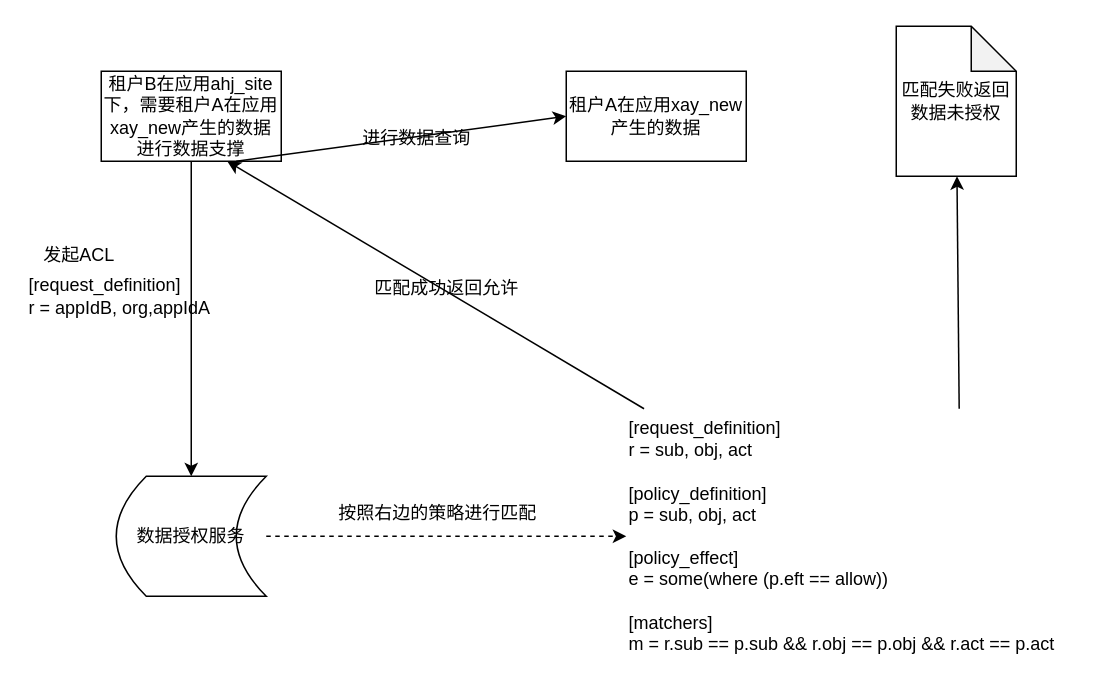
Before: 服务授权方案.drawio in Rain-ziyu/img, a draw.io diagram. Source tidied: cells renumbered, new cells numbered last; positions are measured from the earlier drawing's top-left corner, leaving out a move shared by most shapes. Both pictures are drawn from the tidied source at 150%, with x=0, y=0 at pixel (26, 26).
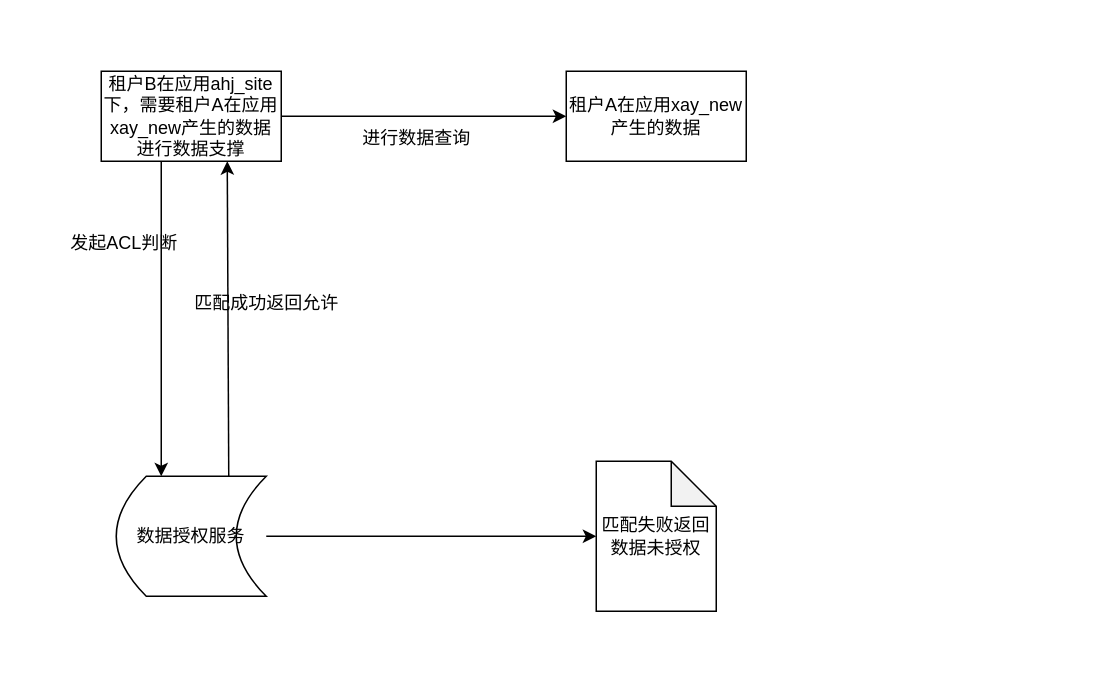
Above is the later version.

Commit message (it also covers changes not shown here):
更新服务授权方案.drawio

The edit, as a diff of the source:
```diff
@@
 <mxGraphModel>
   <root>
     <mxCell id="0" />
     <mxCell id="1" parent="0" />
     <mxCell id="2" value="租户A在应用xay_new产生的数据" style="rounded=0;whiteSpace=wrap;html=1;" parent="1" vertex="1">
       <mxGeometry x="360" y="30" width="120" height="60" as="geometry" />
     </mxCell>
     <mxCell id="3" value="租户B在应用ahj_site下，需要租户A在应用xay_new产生的数据进行数据支撑" style="rounded=0;whiteSpace=wrap;html=1;" parent="1" vertex="1">
       <mxGeometry x="50" y="30" width="120" height="60" as="geometry" />
     </mxCell>
     <mxCell id="4" value="数据授权服务" style="shape=dataStorage;whiteSpace=wrap;html=1;fixedSize=1;" parent="1" vertex="1">
       <mxGeometry x="60" y="300" width="100" height="80" as="geometry" />
     </mxCell>
-    <mxCell id="5" style="endArrow=classic;html=1;rounded=0;exitX=0.5;exitY=1;exitDx=0;exitDy=0;" parent="1" edge="1" source="3" target="4">
-      <mxGeometry relative="1" as="geometry" />
+    <mxCell id="5" style="endArrow=classic;html=1;rounded=0;exitX=0.5;exitY=1;exitDx=0;exitDy=0;" parent="1" edge="1">
+      <mxGeometry relative="1" as="geometry">
+        <mxPoint x="90" y="90" as="sourcePoint" />
+        <mxPoint x="90" y="300" as="targetPoint" />
+      </mxGeometry>
     </mxCell>
-    <mxCell id="6" value="发起ACL" style="text;html=1;align=center;verticalAlign=middle;strokeColor=none;fillColor=none;" parent="1" vertex="1">
-      <mxGeometry y="138" width="70" height="30" as="geometry" />
+    <mxCell id="6" value="发起ACL判断" style="text;html=1;align=center;verticalAlign=middle;strokeColor=none;fillColor=none;" parent="1" vertex="1">
+      <mxGeometry x="20" y="130" width="90" height="30" as="geometry" />
     </mxCell>
-    <mxCell id="7" value="&lt;div&gt;[request_definition]&lt;/div&gt;&lt;div&gt;r = sub, obj, act&lt;/div&gt;&lt;div&gt;&lt;br&gt;&lt;/div&gt;&lt;div&gt;[policy_definition]&lt;/div&gt;&lt;div&gt;p = sub, obj, act&lt;/div&gt;&lt;div&gt;&lt;br&gt;&lt;/div&gt;&lt;div&gt;[policy_effect]&lt;/div&gt;&lt;div&gt;e = some(where (p.eft == allow))&lt;/div&gt;&lt;div&gt;&lt;br&gt;&lt;/div&gt;&lt;div&gt;[matchers]&lt;/div&gt;&lt;div&gt;m = r.sub == p.sub &amp;amp;&amp;amp; r.obj == p.obj &amp;amp;&amp;amp; r.act == p.act&lt;/div&gt;" style="text;html=1;align=left;verticalAlign=middle;points=[];strokeColor=none;fillColor=none;" parent="1" vertex="1">
-      <mxGeometry x="400" y="255" width="310" height="170" as="geometry" />
-    </mxCell>
-    <mxCell id="8" value="&lt;div&gt;[request_definition]&lt;/div&gt;&lt;div&gt;r = appIdB, org,appIdA&lt;/div&gt;" style="text;html=1;align=left;verticalAlign=middle;strokeColor=none;fillColor=none;" parent="1" vertex="1">
-      <mxGeometry y="160" width="140" height="40" as="geometry" />
-    </mxCell>
-    <mxCell id="9" style="endArrow=classic;html=1;rounded=0;exitX=1;exitY=0.5;exitDx=0;exitDy=0;dashed=1;" parent="1" edge="1" source="4" target="7">
-      <mxGeometry relative="1" as="geometry" />
-    </mxCell>
-    <mxCell id="10" value="按照右边的策略进行匹配" style="text;html=1;align=center;verticalAlign=middle;strokeColor=none;fillColor=none;" parent="1" vertex="1">
-      <mxGeometry x="194" y="310" width="160" height="30" as="geometry" />
-    </mxCell>
-    <mxCell id="11" style="endArrow=classic;html=1;rounded=0;entryX=0.7;entryY=1;entryDx=0;entryDy=0;entryPerimeter=0;" parent="1" edge="1" source="7" target="3">
+    <mxCell id="11" style="endArrow=classic;html=1;rounded=0;entryX=0.7;entryY=1;entryDx=0;entryDy=0;entryPerimeter=0;exitX=0.75;exitY=0;exitDx=0;exitDy=0;" parent="1" edge="1" source="4" target="3">
       <mxGeometry relative="1" as="geometry" />
     </mxCell>
     <mxCell id="12" value="匹配成功返回允许" style="text;html=1;align=center;verticalAlign=middle;strokeColor=none;fillColor=none;" parent="1" vertex="1">
-      <mxGeometry x="220" y="160" width="120" height="30" as="geometry" />
+      <mxGeometry x="100" y="170" width="120" height="30" as="geometry" />
     </mxCell>
-    <mxCell id="13" style="endArrow=classic;html=1;rounded=0;exitX=0.75;exitY=1;exitDx=0;exitDy=0;entryX=0;entryY=0.5;entryDx=0;entryDy=0;" parent="1" edge="1" source="3" target="2">
+    <mxCell id="13" style="endArrow=classic;html=1;rounded=0;exitX=1;exitY=0.5;exitDx=0;exitDy=0;entryX=0;entryY=0.5;entryDx=0;entryDy=0;" parent="1" edge="1" source="3" target="2">
       <mxGeometry relative="1" as="geometry" />
     </mxCell>
     <mxCell id="14" value="进行数据查询" style="text;html=1;align=center;verticalAlign=middle;strokeColor=none;fillColor=none;" parent="1" vertex="1">
       <mxGeometry x="210" y="60" width="100" height="30" as="geometry" />
     </mxCell>
-    <mxCell id="15" style="endArrow=classic;html=1;rounded=0;exitX=0.716;exitY=0;exitDx=0;exitDy=0;exitPerimeter=0;" parent="1" edge="1" source="7" target="16">
+    <mxCell id="15" style="endArrow=classic;html=1;rounded=0;" parent="1" edge="1" source="4" target="16">
       <mxGeometry relative="1" as="geometry" />
     </mxCell>
     <mxCell id="16" value="匹配失败返回数据未授权" style="shape=note;whiteSpace=wrap;html=1;backgroundOutline=1;darkOpacity=0.05;" parent="1" vertex="1">
-      <mxGeometry x="580" width="80" height="100" as="geometry" />
+      <mxGeometry x="380" y="290" width="80" height="100" as="geometry" />
     </mxCell>
   </root>
 </mxGraphModel>
```
